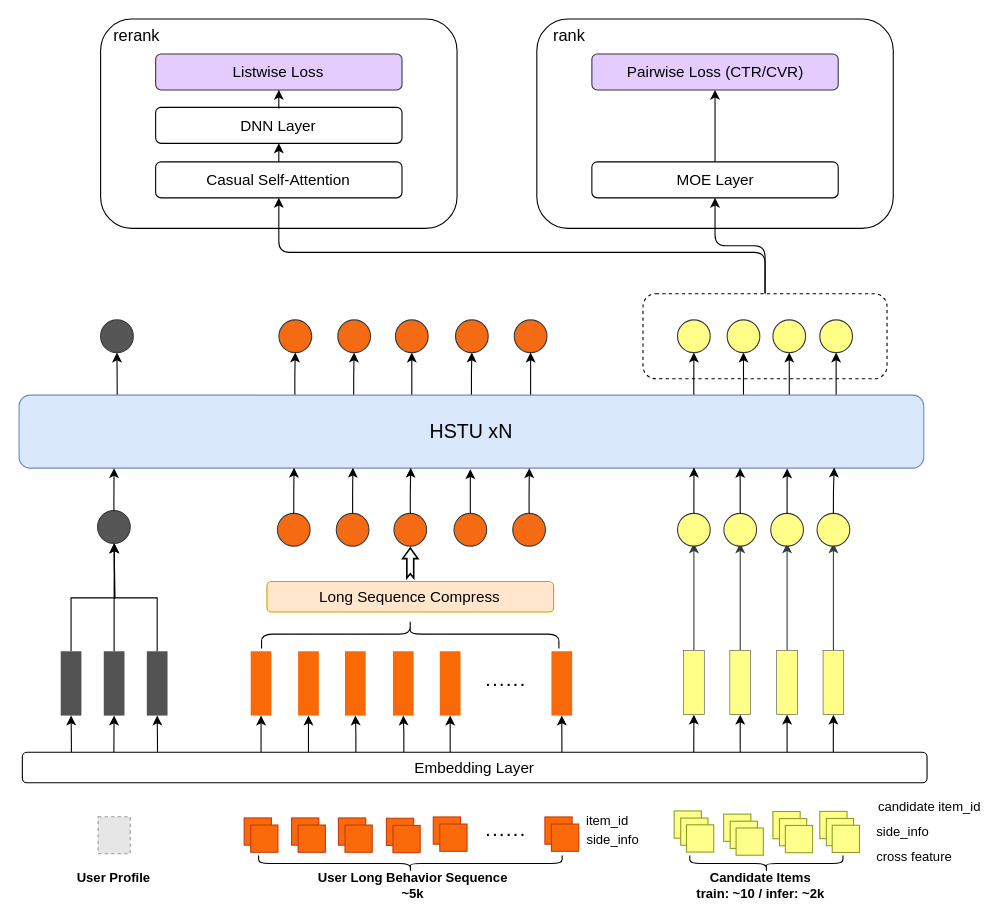
Before: page "homepage" (1 of 7) of mkt_gr_fwz.drawio in stargazer-zero/drawio-storage, a draw.io diagram. Source tidied: cells renumbered, new cells numbered last; positions are measured from the earlier drawing's top-left corner, leaving out a move shared by most shapes. Both pictures are drawn from the tidied source at 109%, with x=0, y=0 at pixel (19, 19). Pictures stored in the file or linked from it are replaced by grey dashed boxes.
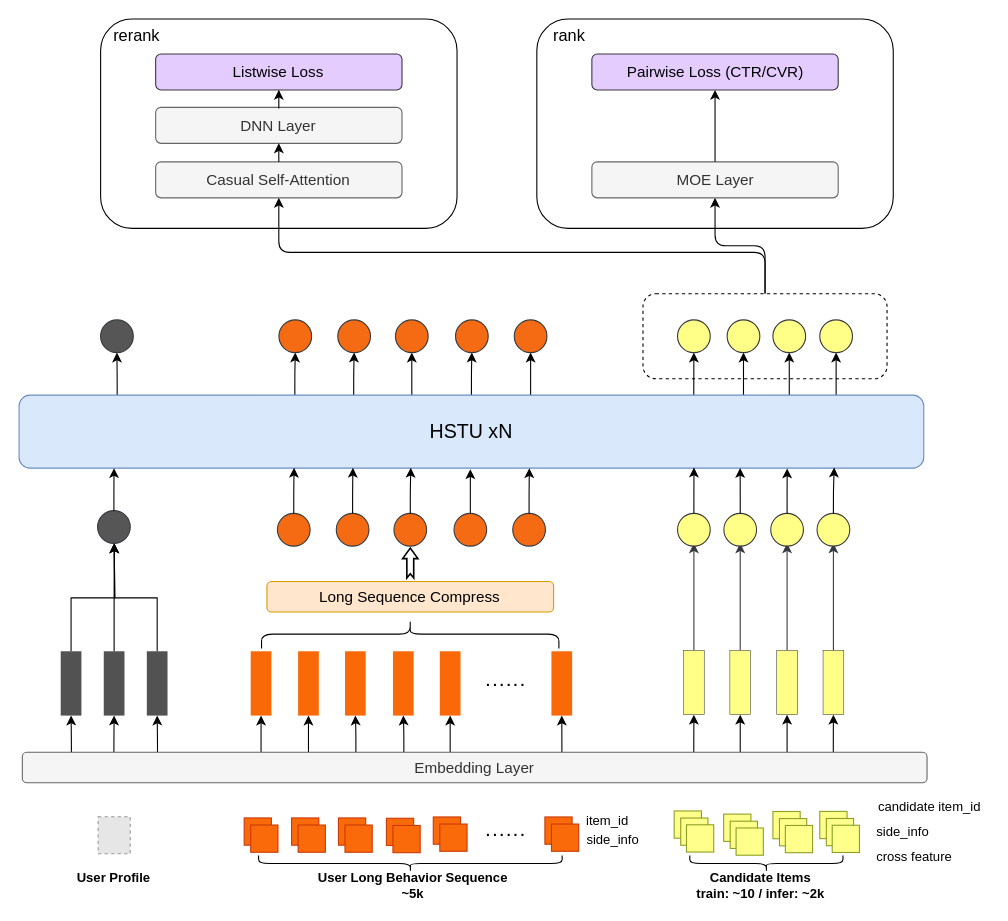
The same page after the edit.

The edit, as a diff of the source:
```diff
@@
-    <mxCell id="20" value="Embedding Layer" style="rounded=1;whiteSpace=wrap;html=1;points=[[0,0,0,0,0],[0,0.13,0,0,0],[0,0.25,0,0,0],[0,0.38,0,0,0],[0,0.5,0,0,0],[0,0.63,0,0,0],[0,0.75,0,0,0],[0,0.88,0,0,0],[0,1,0,0,0],[0.13,1,0,0,0],[0.25,0,0,0,0],[0.25,1,0,0,0],[0.38,1,0,0,0],[0.5,0,0,0,0],[0.5,1,0,0,0],[0.63,1,0,0,0],[0.75,0,0,0,0],[0.75,1,0,0,0],[0.88,1,0,0,0],[1,0,0,0,0],[1,0.25,0,0,0],[1,0.5,0,0,0],[1,0.75,0,0,0],[1,1,0,0,0]];fontSize=14;" parent="1" vertex="1">
+    <mxCell id="20" value="Embedding Layer" style="rounded=1;whiteSpace=wrap;html=1;points=[[0,0,0,0,0],[0,0.13,0,0,0],[0,0.25,0,0,0],[0,0.38,0,0,0],[0,0.5,0,0,0],[0,0.63,0,0,0],[0,0.75,0,0,0],[0,0.88,0,0,0],[0,1,0,0,0],[0.13,1,0,0,0],[0.25,0,0,0,0],[0.25,1,0,0,0],[0.38,1,0,0,0],[0.5,0,0,0,0],[0.5,1,0,0,0],[0.63,1,0,0,0],[0.75,0,0,0,0],[0.75,1,0,0,0],[0.88,1,0,0,0],[1,0,0,0,0],[1,0.25,0,0,0],[1,0.5,0,0,0],[1,0.75,0,0,0],[1,1,0,0,0]];fontSize=14;fillColor=#f5f5f5;fontColor=#333333;strokeColor=#666666;" parent="1" vertex="1">
       <mxGeometry x="3" y="672.6" width="830" height="28" as="geometry" />
     </mxCell>
@@
-    <mxCell id="122" value="MOE Layer" style="rounded=1;whiteSpace=wrap;html=1;points=[[0,0,0,0,0],[0,0.13,0,0,0],[0,0.25,0,0,0],[0,0.38,0,0,0],[0,0.5,0,0,0],[0,0.63,0,0,0],[0,0.75,0,0,0],[0,0.88,0,0,0],[0,1,0,0,0],[0.13,1,0,0,0],[0.25,0,0,0,0],[0.25,1,0,0,0],[0.38,1,0,0,0],[0.5,0,0,0,0],[0.5,1,0,0,0],[0.63,1,0,0,0],[0.75,0,0,0,0],[0.75,1,0,0,0],[0.88,1,0,0,0],[1,0,0,0,0],[1,0.25,0,0,0],[1,0.5,0,0,0],[1,0.75,0,0,0],[1,1,0,0,0]];fontSize=14;" parent="1" vertex="1">
+    <mxCell id="122" value="MOE Layer" style="rounded=1;whiteSpace=wrap;html=1;points=[[0,0,0,0,0],[0,0.13,0,0,0],[0,0.25,0,0,0],[0,0.38,0,0,0],[0,0.5,0,0,0],[0,0.63,0,0,0],[0,0.75,0,0,0],[0,0.88,0,0,0],[0,1,0,0,0],[0.13,1,0,0,0],[0.25,0,0,0,0],[0.25,1,0,0,0],[0.38,1,0,0,0],[0.5,0,0,0,0],[0.5,1,0,0,0],[0.63,1,0,0,0],[0.75,0,0,0,0],[0.75,1,0,0,0],[0.88,1,0,0,0],[1,0,0,0,0],[1,0.25,0,0,0],[1,0.5,0,0,0],[1,0.75,0,0,0],[1,1,0,0,0]];fontSize=14;fillColor=#f5f5f5;fontColor=#333333;strokeColor=#666666;" parent="1" vertex="1">
       <mxGeometry x="525.5" y="131" width="226" height="33" as="geometry" />
     </mxCell>
@@
-    <mxCell id="124" value="Casual Self-Attention" style="rounded=1;whiteSpace=wrap;html=1;points=[[0,0,0,0,0],[0,0.13,0,0,0],[0,0.25,0,0,0],[0,0.38,0,0,0],[0,0.5,0,0,0],[0,0.63,0,0,0],[0,0.75,0,0,0],[0,0.88,0,0,0],[0,1,0,0,0],[0.13,1,0,0,0],[0.25,0,0,0,0],[0.25,1,0,0,0],[0.38,1,0,0,0],[0.5,0,0,0,0],[0.5,1,0,0,0],[0.63,1,0,0,0],[0.75,0,0,0,0],[0.75,1,0,0,0],[0.88,1,0,0,0],[1,0,0,0,0],[1,0.25,0,0,0],[1,0.5,0,0,0],[1,0.75,0,0,0],[1,1,0,0,0]];fontSize=14;" parent="1" vertex="1">
+    <mxCell id="124" value="Casual Self-Attention" style="rounded=1;whiteSpace=wrap;html=1;points=[[0,0,0,0,0],[0,0.13,0,0,0],[0,0.25,0,0,0],[0,0.38,0,0,0],[0,0.5,0,0,0],[0,0.63,0,0,0],[0,0.75,0,0,0],[0,0.88,0,0,0],[0,1,0,0,0],[0.13,1,0,0,0],[0.25,0,0,0,0],[0.25,1,0,0,0],[0.38,1,0,0,0],[0.5,0,0,0,0],[0.5,1,0,0,0],[0.63,1,0,0,0],[0.75,0,0,0,0],[0.75,1,0,0,0],[0.88,1,0,0,0],[1,0,0,0,0],[1,0.25,0,0,0],[1,0.5,0,0,0],[1,0.75,0,0,0],[1,1,0,0,0]];fontSize=14;fillColor=#f5f5f5;fontColor=#333333;strokeColor=#666666;" parent="1" vertex="1">
       <mxGeometry x="125.3" y="131" width="226" height="33" as="geometry" />
     </mxCell>
@@
-    <mxCell id="126" value="DNN Layer" style="rounded=1;whiteSpace=wrap;html=1;points=[[0,0,0,0,0],[0,0.13,0,0,0],[0,0.25,0,0,0],[0,0.38,0,0,0],[0,0.5,0,0,0],[0,0.63,0,0,0],[0,0.75,0,0,0],[0,0.88,0,0,0],[0,1,0,0,0],[0.13,1,0,0,0],[0.25,0,0,0,0],[0.25,1,0,0,0],[0.38,1,0,0,0],[0.5,0,0,0,0],[0.5,1,0,0,0],[0.63,1,0,0,0],[0.75,0,0,0,0],[0.75,1,0,0,0],[0.88,1,0,0,0],[1,0,0,0,0],[1,0.25,0,0,0],[1,0.5,0,0,0],[1,0.75,0,0,0],[1,1,0,0,0]];fontSize=14;" parent="1" vertex="1">
+    <mxCell id="126" value="DNN Layer" style="rounded=1;whiteSpace=wrap;html=1;points=[[0,0,0,0,0],[0,0.13,0,0,0],[0,0.25,0,0,0],[0,0.38,0,0,0],[0,0.5,0,0,0],[0,0.63,0,0,0],[0,0.75,0,0,0],[0,0.88,0,0,0],[0,1,0,0,0],[0.13,1,0,0,0],[0.25,0,0,0,0],[0.25,1,0,0,0],[0.38,1,0,0,0],[0.5,0,0,0,0],[0.5,1,0,0,0],[0.63,1,0,0,0],[0.75,0,0,0,0],[0.75,1,0,0,0],[0.88,1,0,0,0],[1,0,0,0,0],[1,0.25,0,0,0],[1,0.5,0,0,0],[1,0.75,0,0,0],[1,1,0,0,0]];fontSize=14;fillColor=#f5f5f5;fontColor=#333333;strokeColor=#666666;" parent="1" vertex="1">
       <mxGeometry x="125.3" y="81" width="226" height="33" as="geometry" />
     </mxCell>
```
